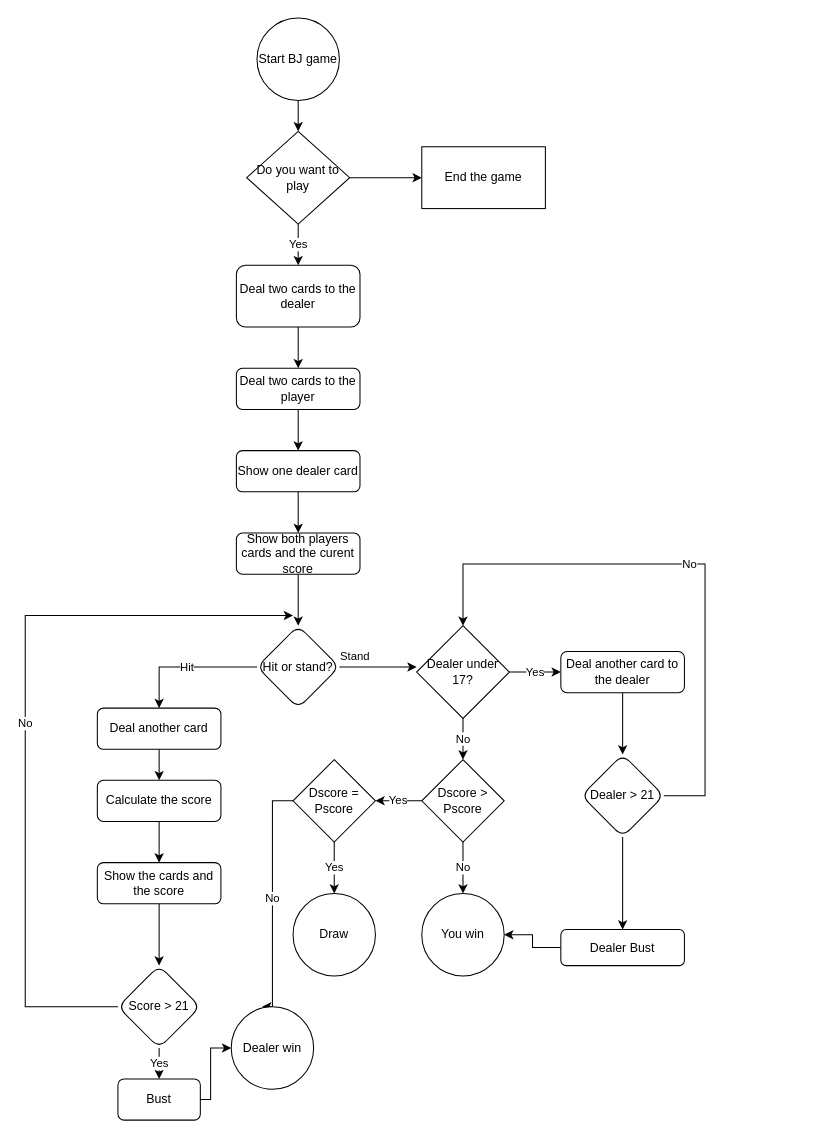
This is BlackJack.drawio from bresliev/learnPython, a draw.io file, before an edit. Source tidied: cells renumbered, new cells numbered last; positions are measured from the earlier drawing's top-left corner, leaving out a move shared by most shapes. Both pictures are drawn from the tidied source at 103%, with x=0, y=0 at pixel (25, 18).
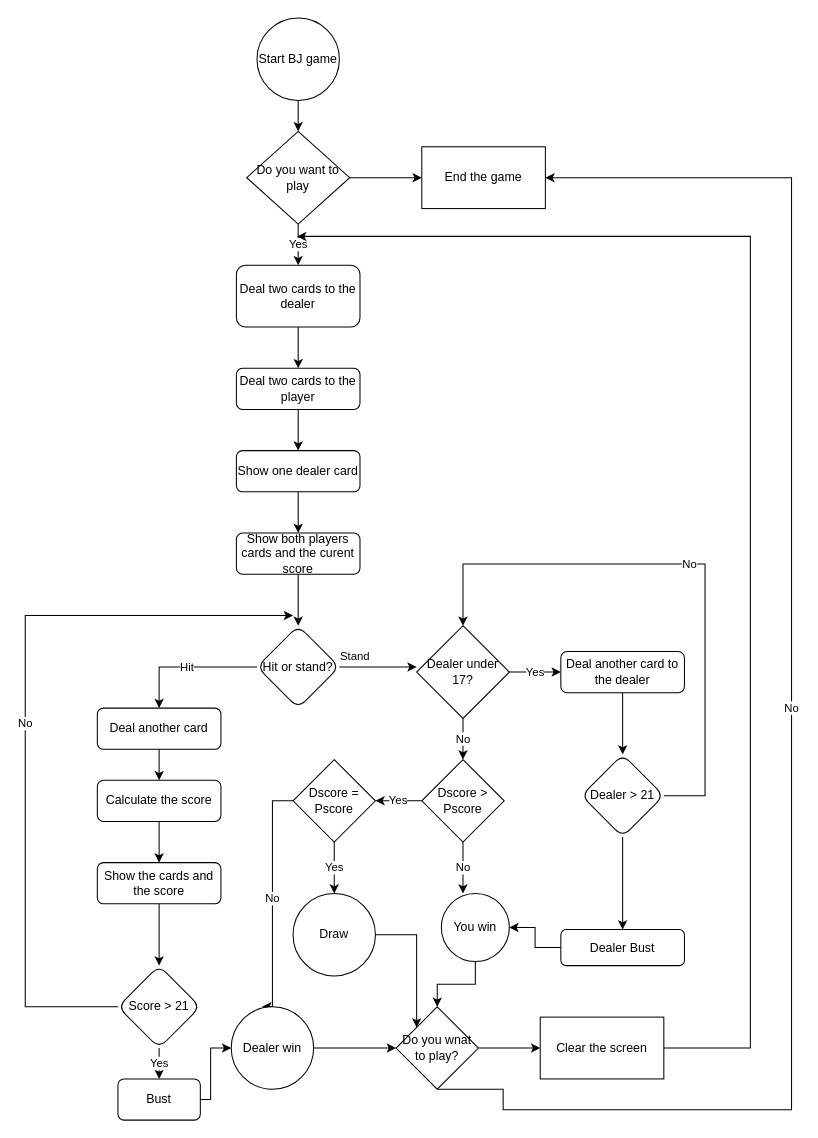
The same page after the edit.

The change refers to these unchanged cells:
```xml
<mxCell id="42" value="End the game" style="whiteSpace=wrap;html=1;" parent="1" vertex="1">
  <mxGeometry x="385" y="125" width="120" height="60" as="geometry" />
</mxCell>
<mxCell id="47" value="Draw" style="ellipse;whiteSpace=wrap;html=1;" parent="1" vertex="1">
  <mxGeometry x="260" y="850" width="80" height="80" as="geometry" />
</mxCell>
<mxCell id="48" value="Dealer win" style="ellipse;whiteSpace=wrap;html=1;" parent="1" vertex="1">
  <mxGeometry x="200" y="960" width="80" height="80" as="geometry" />
</mxCell>
```

Change to the diagram source:
```diff
@@
+    <mxCell id="49" style="edgeStyle=orthogonalEdgeStyle;rounded=0;jettySize=auto;html=1;entryX=0.5;entryY=0;entryDx=0;entryDy=0;" parent="1" edge="1" source="43" target="54">
+      <mxGeometry relative="1" as="geometry" />
+    </mxCell>
     <mxCell id="43" value="You win" style="ellipse;whiteSpace=wrap;html=1;" parent="1" vertex="1">
-      <mxGeometry x="385" y="850" width="80" height="80" as="geometry" />
+      <mxGeometry x="404" y="850" width="66" height="66" as="geometry" />
     </mxCell>
@@
+    <mxCell id="50" style="edgeStyle=orthogonalEdgeStyle;rounded=0;jettySize=auto;html=1;entryX=0;entryY=0;entryDx=0;entryDy=0;" parent="1" edge="1" source="47" target="54">
+      <mxGeometry relative="1" as="geometry" />
+    </mxCell>
@@
+    <mxCell id="51" style="edgeStyle=orthogonalEdgeStyle;rounded=0;jettySize=auto;html=1;entryX=0;entryY=0.5;entryDx=0;entryDy=0;" parent="1" edge="1" source="48" target="54">
+      <mxGeometry relative="1" as="geometry" />
+    </mxCell>
@@
+    <mxCell id="52" style="edgeStyle=orthogonalEdgeStyle;rounded=0;jettySize=auto;html=1;" parent="1" edge="1" source="54" target="56">
+      <mxGeometry relative="1" as="geometry" />
+    </mxCell>
+    <mxCell id="53" value="No" style="edgeStyle=orthogonalEdgeStyle;rounded=0;jettySize=auto;html=1;exitX=0.5;exitY=1;exitDx=0;exitDy=0;entryX=1;entryY=0.5;entryDx=0;entryDy=0;" parent="1" edge="1" source="54" target="42">
+      <mxGeometry relative="1" as="geometry">
+        <Array as="points">
+          <mxPoint x="464" y="1060" />
+          <mxPoint x="744" y="1060" />
+          <mxPoint x="744" y="155" />
+        </Array>
+      </mxGeometry>
+    </mxCell>
+    <mxCell id="54" value="Do you wnat to play?" style="rhombus;whiteSpace=wrap;html=1;" parent="1" vertex="1">
+      <mxGeometry x="360" y="960" width="80" height="80" as="geometry" />
+    </mxCell>
+    <mxCell id="55" style="edgeStyle=orthogonalEdgeStyle;rounded=0;jettySize=auto;html=1;" parent="1" edge="1" source="56">
+      <mxGeometry relative="1" as="geometry">
+        <mxPoint x="264" y="212" as="targetPoint" />
+        <Array as="points">
+          <mxPoint x="704" y="1000" />
+          <mxPoint x="704" y="212" />
+        </Array>
+      </mxGeometry>
+    </mxCell>
+    <mxCell id="56" value="Clear the screen" style="whiteSpace=wrap;html=1;" parent="1" vertex="1">
+      <mxGeometry x="500" y="970" width="120" height="60" as="geometry" />
+    </mxCell>
```
